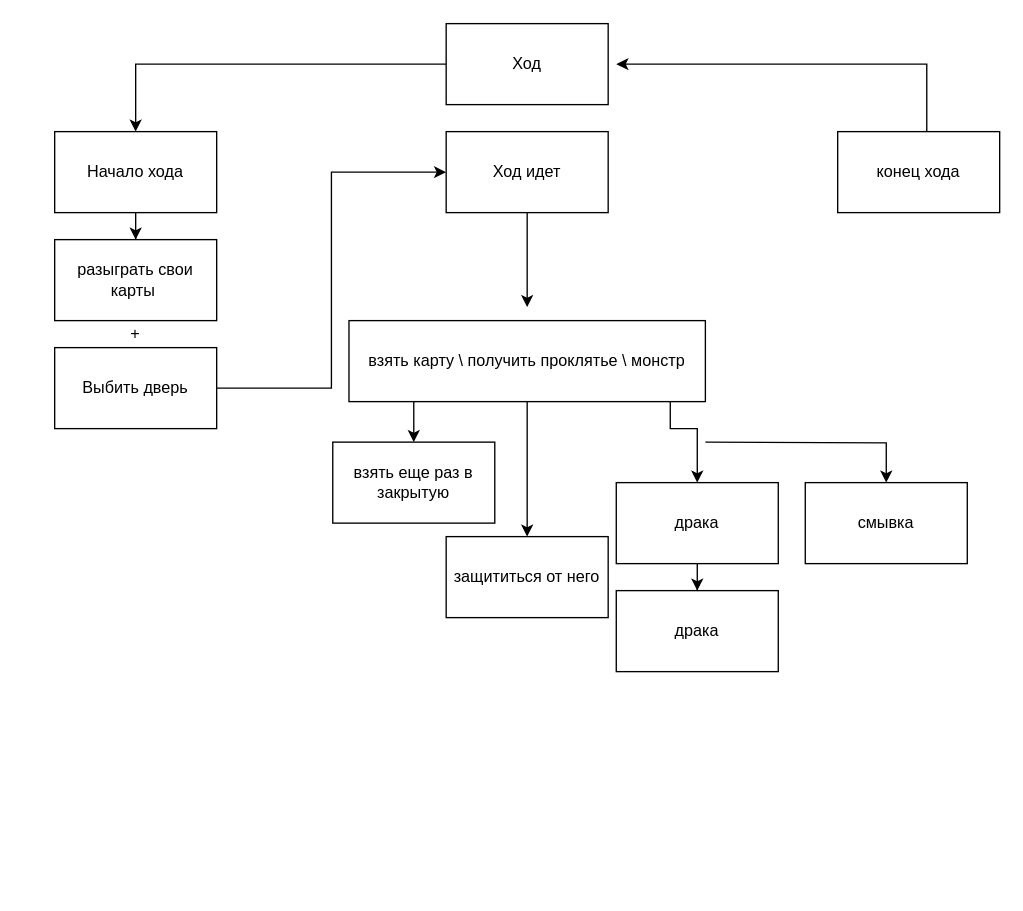
This is Untitled Diagram.drawio from protocolisimo/manchkin, a draw.io file, before an edit. Source tidied: cells renumbered, new cells numbered last; positions are measured from the earlier drawing's top-left corner, leaving out a move shared by most shapes. Both pictures are drawn from the tidied source at 135%, with x=0, y=0 at pixel (23, 23).
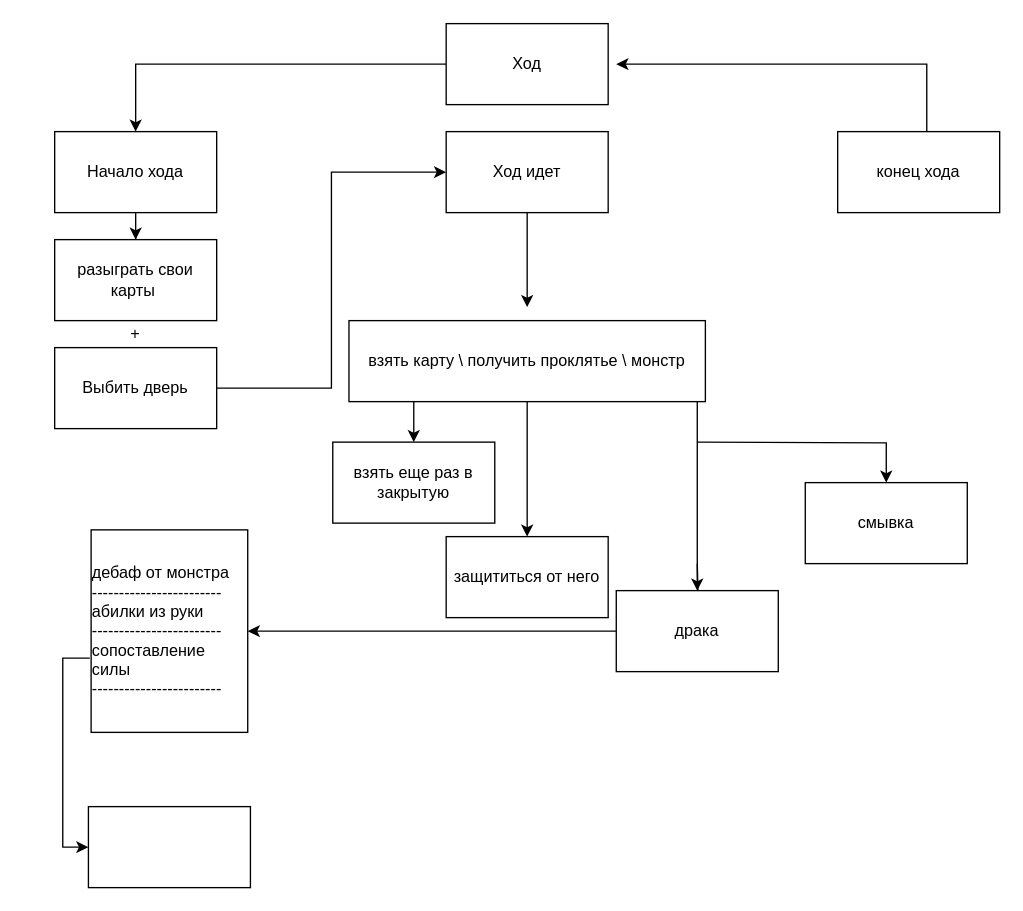
The same page after the edit.

Unchanged cells that the change refers to:
```xml
<mxCell id="24" value="взять карту \ получить проклятье \ монстр" style="rounded=0;whiteSpace=wrap;html=1;" parent="1" vertex="1">
  <mxGeometry x="241" y="220" width="264" height="60" as="geometry" />
</mxCell>
<mxCell id="29" value="драка" style="rounded=0;whiteSpace=wrap;html=1;" parent="1" vertex="1">
  <mxGeometry x="439" y="420" width="120" height="60" as="geometry" />
</mxCell>
<mxCell id="30" value="смывка" style="rounded=0;whiteSpace=wrap;html=1;" parent="1" vertex="1">
  <mxGeometry x="579" y="340" width="120" height="60" as="geometry" />
</mxCell>
```

Change to the diagram source:
```diff
@@
-    <mxCell id="22" style="edgeStyle=orthogonalEdgeStyle;rounded=0;jettySize=auto;html=1;entryX=0.5;entryY=0;entryDx=0;entryDy=0;" parent="1" edge="1" source="24" target="28">
+    <mxCell id="22" style="edgeStyle=orthogonalEdgeStyle;rounded=0;jettySize=auto;html=1;" parent="1" edge="1" source="24">
       <mxGeometry relative="1" as="geometry">
+        <mxPoint x="499" y="420" as="targetPoint" />
         <Array as="points">
-          <mxPoint x="479" y="300" />
-          <mxPoint x="499" y="300" />
+          <mxPoint x="499" y="290" />
+          <mxPoint x="499" y="290" />
         </Array>
       </mxGeometry>
     </mxCell>
     <mxCell id="23" style="edgeStyle=orthogonalEdgeStyle;rounded=0;jettySize=auto;html=1;entryX=0.5;entryY=0;entryDx=0;entryDy=0;" parent="1" edge="1" target="30">
       <mxGeometry relative="1" as="geometry">
-        <mxPoint x="505" y="310" as="sourcePoint" />
+        <mxPoint x="499" y="310" as="sourcePoint" />
       </mxGeometry>
     </mxCell>
@@
-    <mxCell id="27" style="edgeStyle=orthogonalEdgeStyle;rounded=0;jettySize=auto;html=1;" parent="1" edge="1" source="28" target="29">
-      <mxGeometry relative="1" as="geometry" />
+    <mxCell id="27" style="edgeStyle=orthogonalEdgeStyle;rounded=0;jettySize=auto;html=1;" parent="1" edge="1" target="29">
+      <mxGeometry relative="1" as="geometry">
+        <mxPoint x="499" y="400" as="sourcePoint" />
+      </mxGeometry>
     </mxCell>
-    <mxCell id="28" value="драка" style="rounded=0;whiteSpace=wrap;html=1;" parent="1" vertex="1">
-      <mxGeometry x="439" y="340" width="120" height="60" as="geometry" />
-    </mxCell>
+    <mxCell id="31" style="edgeStyle=orthogonalEdgeStyle;rounded=0;jettySize=auto;html=1;" parent="1" edge="1" source="29" target="33">
+      <mxGeometry relative="1" as="geometry" />
+    </mxCell>
@@
+    <mxCell id="32" style="edgeStyle=orthogonalEdgeStyle;rounded=0;jettySize=auto;html=1;" parent="1" edge="1" target="34">
+      <mxGeometry relative="1" as="geometry">
+        <mxPoint x="49" y="470" as="sourcePoint" />
+        <Array as="points">
+          <mxPoint x="29" y="470" />
+          <mxPoint x="29" y="610" />
+        </Array>
+      </mxGeometry>
+    </mxCell>
+    <mxCell id="33" value="&lt;div style=&quot;text-align: left&quot;&gt;&lt;span&gt;дебаф от монстра&lt;br&gt;------------------------&lt;/span&gt;&lt;/div&gt;&lt;span&gt;&lt;div style=&quot;text-align: left&quot;&gt;&lt;span&gt;абилки из руки&lt;/span&gt;&lt;/div&gt;&lt;/span&gt;&lt;span&gt;&lt;div style=&quot;text-align: left&quot;&gt;&lt;span&gt;------------------------&lt;br&gt;сопоставление силы&lt;br&gt;------------------------&lt;/span&gt;&lt;/div&gt;&lt;/span&gt;" style="rounded=0;whiteSpace=wrap;html=1;align=center;strokeWidth=1;" parent="1" vertex="1">
+      <mxGeometry x="50" y="375" width="116" height="150" as="geometry" />
+    </mxCell>
+    <mxCell id="34" style="whiteSpace=wrap;html=1;rounded=0;strokeWidth=1;" parent="1" vertex="1">
+      <mxGeometry x="48" y="580" width="120" height="60" as="geometry" />
+    </mxCell>
```
